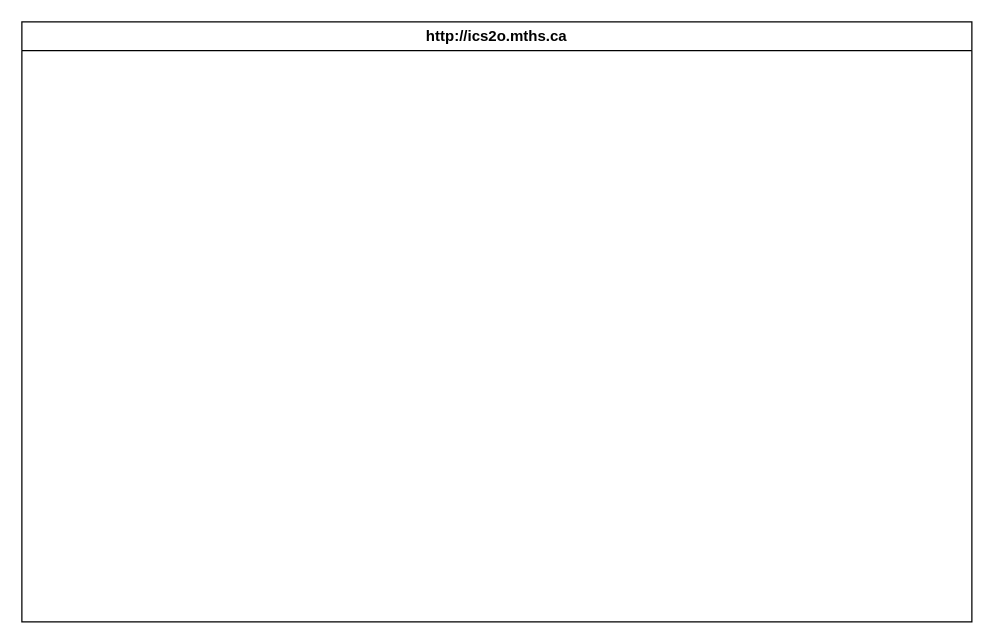
Above: design/storyboard.drawio in MTHS-ICD2O-1-2023/ICD2O-Unit-5-04-Adam-Batiuk (draw.io), before the change. Source tidied: cells renumbered, new cells numbered last; positions are measured from the earlier drawing's top-left corner, leaving out a move shared by most shapes. Both pictures are drawn from the tidied source at 125%, with x=0, y=0 at pixel (21, 21).
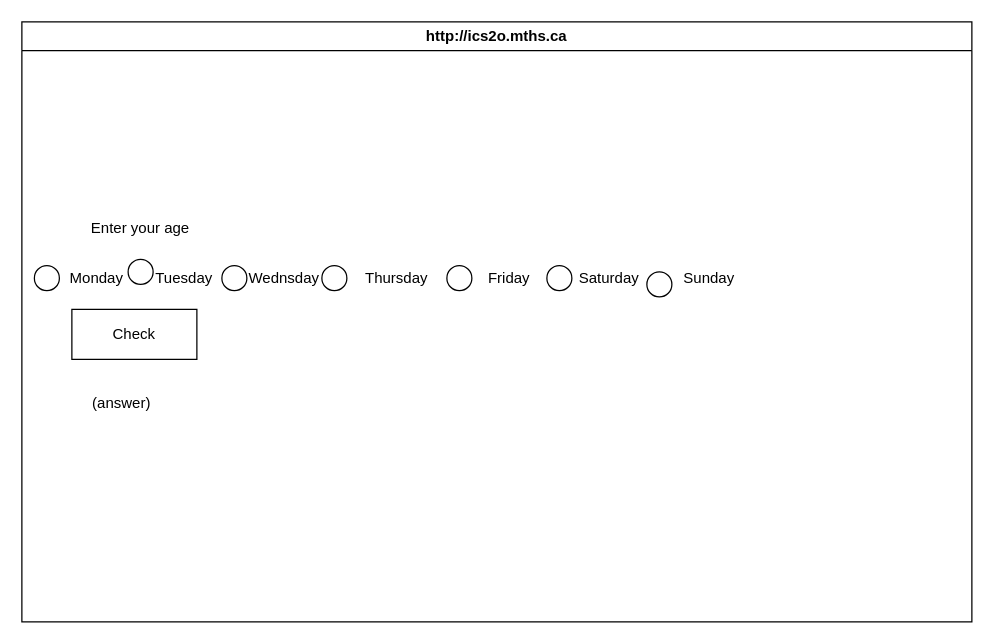
The same diagram, later.

What changed in the source:
```diff
@@
 <mxGraphModel>
   <root>
     <mxCell id="0" />
     <mxCell id="1" parent="0" />
     <mxCell id="2" value="http://ics2o.mths.ca" style="swimlane;whiteSpace=wrap;html=1;" parent="1" vertex="1">
       <mxGeometry width="760" height="480" as="geometry" />
     </mxCell>
+    <mxCell id="3" value="Monday" style="text;html=1;strokeColor=none;fillColor=none;align=center;verticalAlign=middle;whiteSpace=wrap;rounded=0;" parent="2" vertex="1">
+      <mxGeometry x="30" y="190" width="60" height="30" as="geometry" />
+    </mxCell>
+    <mxCell id="4" value="Thursday" style="text;html=1;strokeColor=none;fillColor=none;align=center;verticalAlign=middle;whiteSpace=wrap;rounded=0;" parent="2" vertex="1">
+      <mxGeometry x="270" y="190" width="60" height="30" as="geometry" />
+    </mxCell>
+    <mxCell id="5" value="Friday" style="text;html=1;strokeColor=none;fillColor=none;align=center;verticalAlign=middle;whiteSpace=wrap;rounded=0;" parent="2" vertex="1">
+      <mxGeometry x="360" y="190" width="60" height="30" as="geometry" />
+    </mxCell>
+    <mxCell id="6" value="Saturday" style="text;html=1;strokeColor=none;fillColor=none;align=center;verticalAlign=middle;whiteSpace=wrap;rounded=0;" parent="2" vertex="1">
+      <mxGeometry x="440" y="190" width="60" height="30" as="geometry" />
+    </mxCell>
+    <mxCell id="7" value="Wednsday" style="text;html=1;strokeColor=none;fillColor=none;align=center;verticalAlign=middle;whiteSpace=wrap;rounded=0;" parent="2" vertex="1">
+      <mxGeometry x="180" y="190" width="60" height="30" as="geometry" />
+    </mxCell>
+    <mxCell id="8" value="Sunday" style="text;html=1;strokeColor=none;fillColor=none;align=center;verticalAlign=middle;whiteSpace=wrap;rounded=0;" parent="2" vertex="1">
+      <mxGeometry x="520" y="190" width="60" height="30" as="geometry" />
+    </mxCell>
+    <mxCell id="9" value="Tuesday" style="text;html=1;strokeColor=none;fillColor=none;align=center;verticalAlign=middle;whiteSpace=wrap;rounded=0;" parent="2" vertex="1">
+      <mxGeometry x="100" y="190" width="60" height="30" as="geometry" />
+    </mxCell>
+    <mxCell id="10" value="Enter your age" style="text;html=1;strokeColor=none;fillColor=none;align=center;verticalAlign=middle;whiteSpace=wrap;rounded=0;" parent="2" vertex="1">
+      <mxGeometry x="40" y="150" width="110" height="30" as="geometry" />
+    </mxCell>
+    <mxCell id="11" value="Check" style="rounded=0;whiteSpace=wrap;html=1;" parent="2" vertex="1">
+      <mxGeometry x="40" y="230" width="100" height="40" as="geometry" />
+    </mxCell>
+    <mxCell id="12" value="(answer)" style="text;html=1;strokeColor=none;fillColor=none;align=center;verticalAlign=middle;whiteSpace=wrap;rounded=0;" parent="2" vertex="1">
+      <mxGeometry x="50" y="290" width="60" height="30" as="geometry" />
+    </mxCell>
+    <mxCell id="13" style="ellipse;whiteSpace=wrap;html=1;" parent="2" vertex="1">
+      <mxGeometry x="10" y="195" width="20" height="20" as="geometry" />
+    </mxCell>
+    <mxCell id="14" style="ellipse;whiteSpace=wrap;html=1;" parent="2" vertex="1">
+      <mxGeometry x="85" y="190" width="20" height="20" as="geometry" />
+    </mxCell>
+    <mxCell id="15" style="ellipse;whiteSpace=wrap;html=1;" parent="2" vertex="1">
+      <mxGeometry x="160" y="195" width="20" height="20" as="geometry" />
+    </mxCell>
+    <mxCell id="16" style="ellipse;whiteSpace=wrap;html=1;" parent="2" vertex="1">
+      <mxGeometry x="240" y="195" width="20" height="20" as="geometry" />
+    </mxCell>
+    <mxCell id="17" style="ellipse;whiteSpace=wrap;html=1;" parent="2" vertex="1">
+      <mxGeometry x="340" y="195" width="20" height="20" as="geometry" />
+    </mxCell>
+    <mxCell id="18" style="ellipse;whiteSpace=wrap;html=1;" parent="2" vertex="1">
+      <mxGeometry x="420" y="195" width="20" height="20" as="geometry" />
+    </mxCell>
+    <mxCell id="19" style="ellipse;whiteSpace=wrap;html=1;" parent="2" vertex="1">
+      <mxGeometry x="500" y="200" width="20" height="20" as="geometry" />
+    </mxCell>
   </root>
 </mxGraphModel>
```
